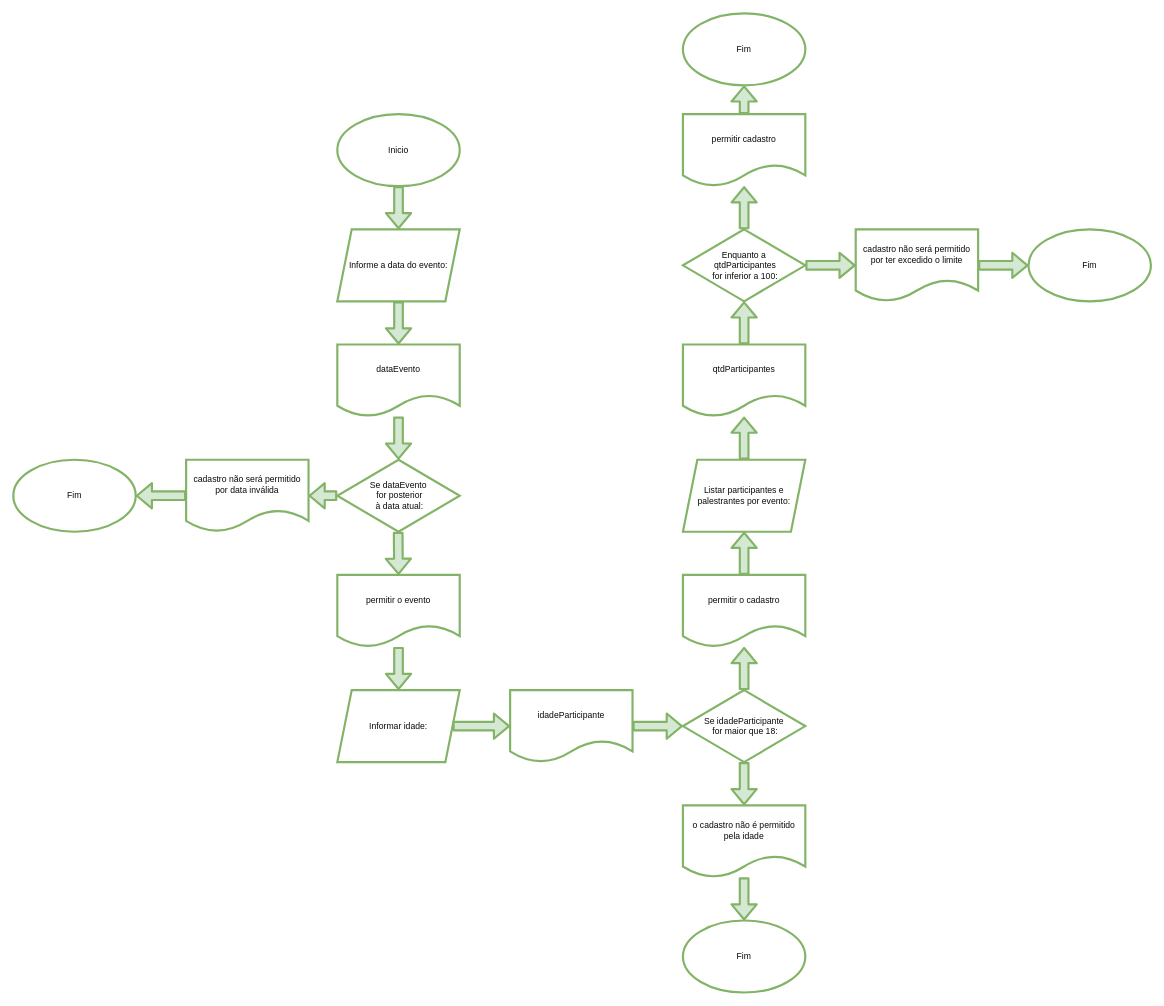
Above: Logica-de-Programacao/LP-Atividade-online-1.drawio in cleverlf/Desenvolvedor-Mobile-Android (draw.io), before the change. Source tidied: cells renumbered, new cells numbered last; positions are measured from the earlier drawing's top-left corner, leaving out a move shared by most shapes. Both pictures are drawn from the tidied source at 72%, with x=0, y=0 at pixel (13, 13).
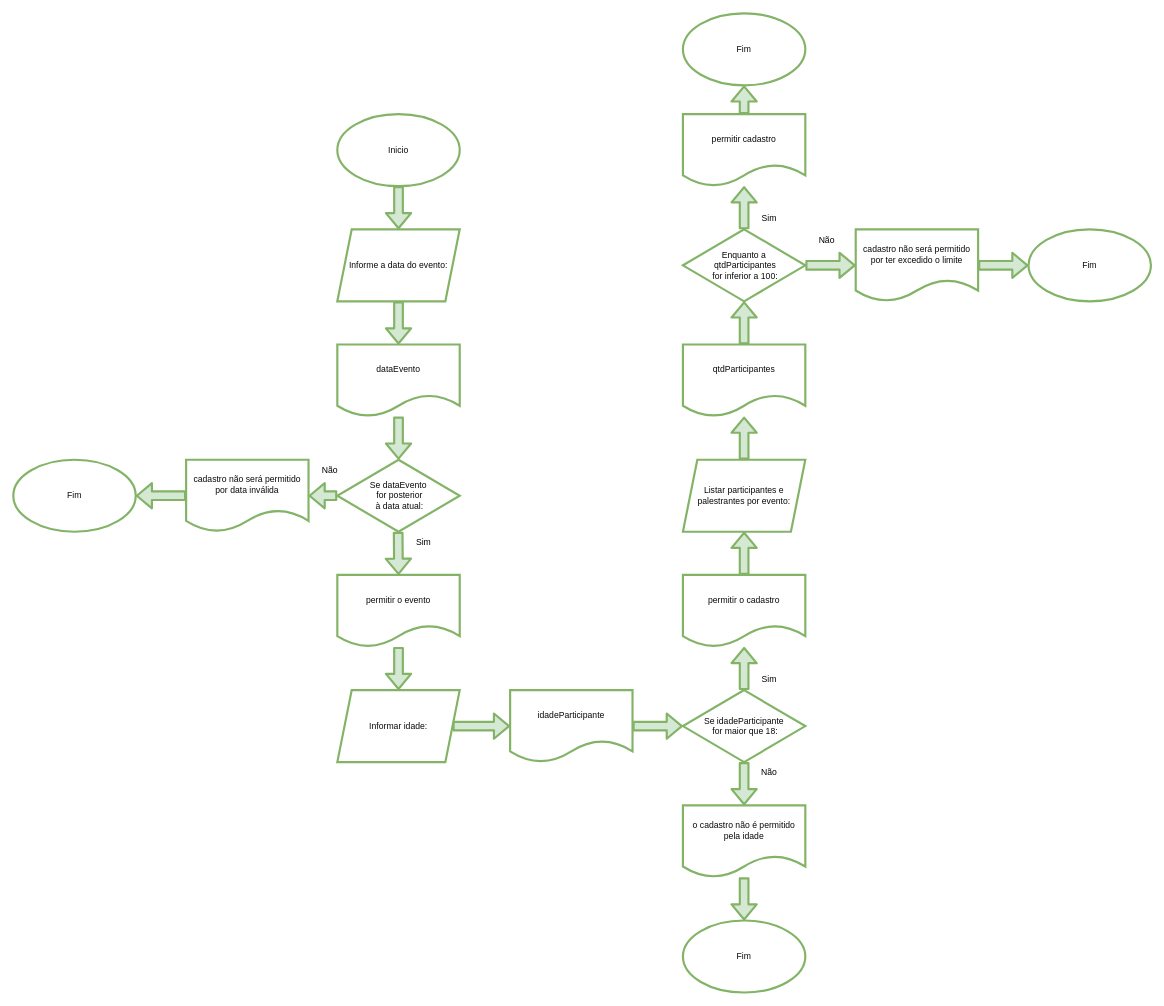
The same page after the edit.

Change to the diagram source:
```diff
@@
+    <mxCell id="41" value="Não" style="text;html=1;strokeColor=none;fillColor=none;align=center;verticalAlign=middle;whiteSpace=wrap;rounded=0;" parent="1" vertex="1">
+      <mxGeometry x="410" y="620" width="60" height="30" as="geometry" />
+    </mxCell>
+    <mxCell id="42" value="Sim" style="text;html=1;strokeColor=none;fillColor=none;align=center;verticalAlign=middle;whiteSpace=wrap;rounded=0;" parent="1" vertex="1">
+      <mxGeometry x="540" y="720" width="60" height="30" as="geometry" />
+    </mxCell>
+    <mxCell id="43" value="Não" style="text;html=1;strokeColor=none;fillColor=none;align=center;verticalAlign=middle;whiteSpace=wrap;rounded=0;" parent="1" vertex="1">
+      <mxGeometry x="1020" y="1040" width="60" height="30" as="geometry" />
+    </mxCell>
+    <mxCell id="44" value="Não" style="text;html=1;strokeColor=none;fillColor=none;align=center;verticalAlign=middle;whiteSpace=wrap;rounded=0;" parent="1" vertex="1">
+      <mxGeometry x="1100" y="300" width="60" height="30" as="geometry" />
+    </mxCell>
+    <mxCell id="45" value="Sim" style="text;html=1;strokeColor=none;fillColor=none;align=center;verticalAlign=middle;whiteSpace=wrap;rounded=0;" parent="1" vertex="1">
+      <mxGeometry x="1020" y="270" width="60" height="30" as="geometry" />
+    </mxCell>
+    <mxCell id="46" value="Sim" style="text;html=1;strokeColor=none;fillColor=none;align=center;verticalAlign=middle;whiteSpace=wrap;rounded=0;" parent="1" vertex="1">
+      <mxGeometry x="1020" y="910" width="60" height="30" as="geometry" />
+    </mxCell>
```
